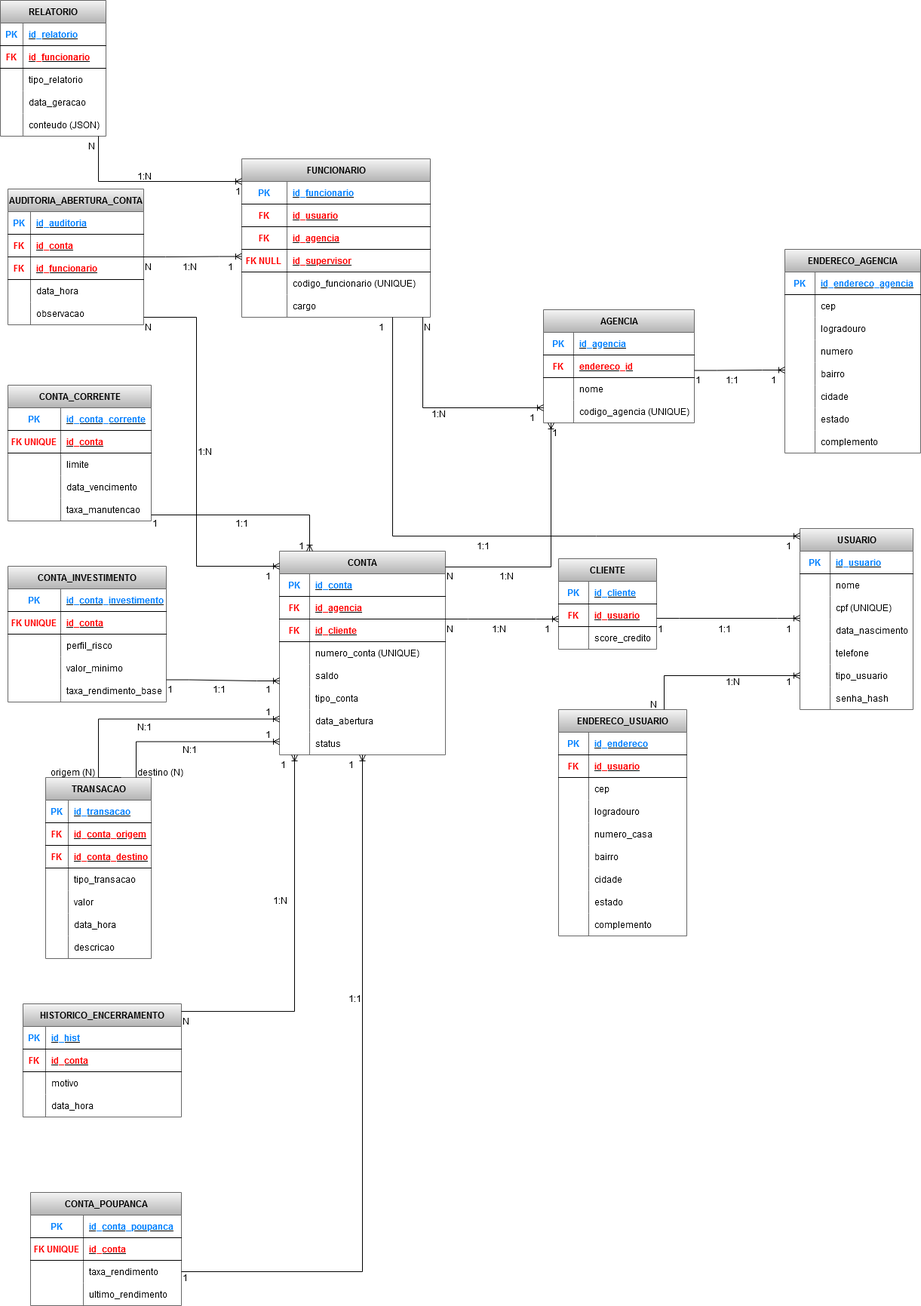
Juninho-x/Exercicio-POO-Payment.Java keeps this draw.io diagram as Diagrama ER MALVADER.drawio.png. Above is the earlier version. Source tidied: cells renumbered, new cells last; positions are measured from the earlier drawing's top-left corner, leaving out a move shared by most shapes.
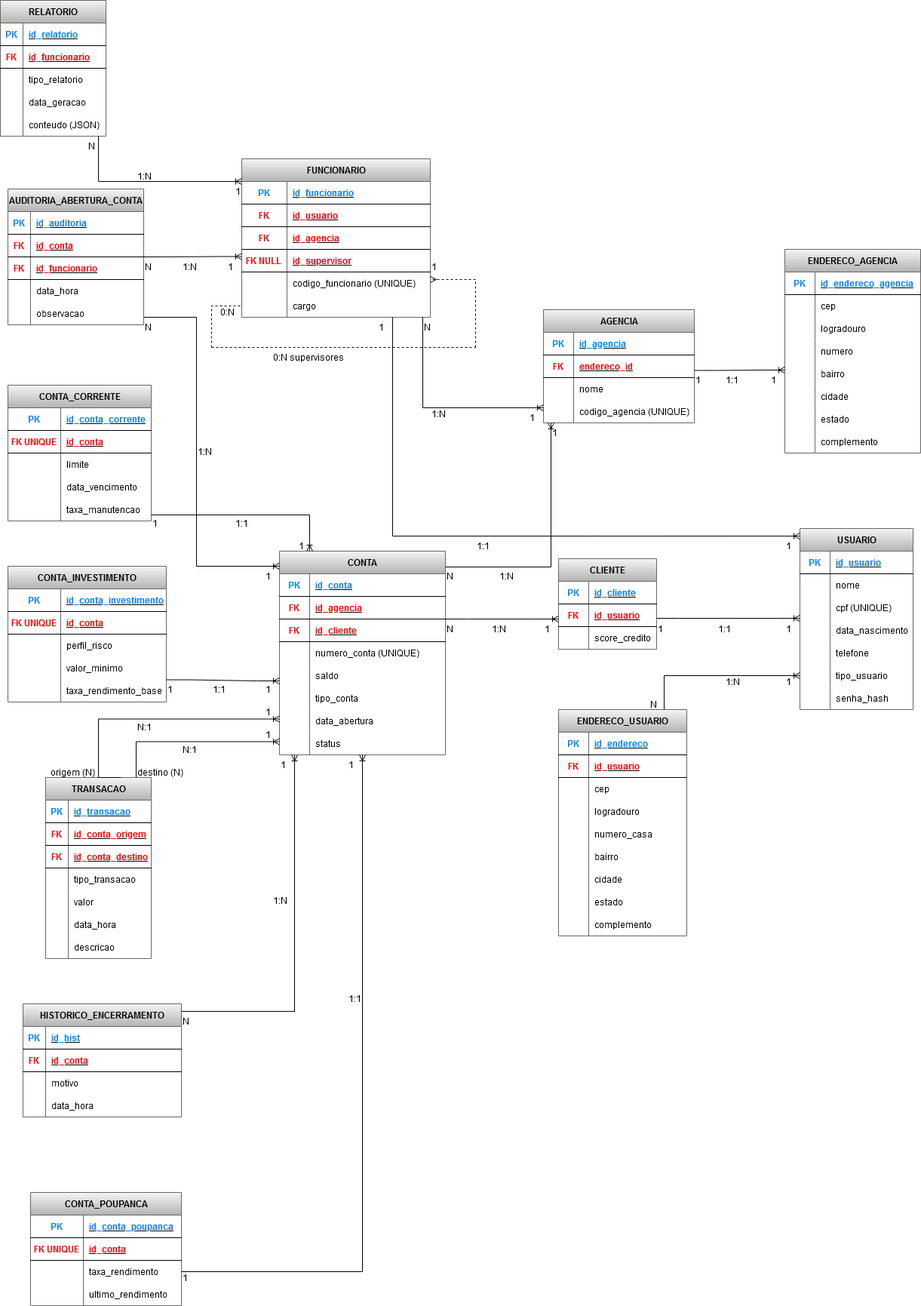
The same diagram one commit later.

The edit, as a diff of the source:
```diff
@@ -1010,12 +1010,51 @@
         </Array>
       </mxGeometry>
     </mxCell>
-    <mxCell id="319" style="edgeStyle=elbowEdgeStyle;fontSize=12;html=1;endArrow=ERoneToMany;rounded=0;entryX=1;entryY=0;entryDx=0;entryDy=0;exitX=0;exitY=0;exitDx=0;exitDy=0;entryPerimeter=0;" parent="1" edge="1" source="268" target="270">
+    <mxCell id="319" style="edgeStyle=elbowEdgeStyle;fontSize=12;html=1;endArrow=ERoneToMany;rounded=0;exitX=0;exitY=0;exitDx=0;exitDy=0;" parent="1" edge="1" source="268">
       <mxGeometry relative="1" as="geometry">
+        <mxPoint x="370" y="750" as="targetPoint" />
         <Array as="points">
           <mxPoint x="260" y="670" />
         </Array>
       </mxGeometry>
     </mxCell>
+    <mxCell id="320" style="endArrow=none;dashed=1;html=1;rounded=0;entryX=0;entryY=0.5;entryDx=0;entryDy=0;" parent="1" edge="1" target="130">
+      <mxGeometry relative="1" as="geometry">
+        <mxPoint x="280" y="460" as="sourcePoint" />
+        <Array as="points">
+          <mxPoint x="280" y="405" />
+        </Array>
+      </mxGeometry>
+    </mxCell>
+    <mxCell id="321" style="endArrow=none;dashed=1;html=1;rounded=0;" parent="1" edge="1">
+      <mxGeometry relative="1" as="geometry">
+        <mxPoint x="280" y="460" as="sourcePoint" />
+        <mxPoint x="630" y="460" as="targetPoint" />
+      </mxGeometry>
+    </mxCell>
+    <mxCell id="322" style="endArrow=none;dashed=1;html=1;rounded=0;" parent="1" edge="1">
+      <mxGeometry relative="1" as="geometry">
+        <mxPoint x="630" y="460" as="sourcePoint" />
+        <mxPoint x="630" y="370" as="targetPoint" />
+        <Array as="points">
+          <mxPoint x="630" y="425" />
+        </Array>
+      </mxGeometry>
+    </mxCell>
+    <mxCell id="323" style="endArrow=ERmany;dashed=1;html=1;rounded=0;endFill=0;" parent="1" edge="1">
+      <mxGeometry relative="1" as="geometry">
+        <mxPoint x="630" y="370" as="sourcePoint" />
+        <mxPoint x="570" y="370" as="targetPoint" />
+      </mxGeometry>
+    </mxCell>
+    <mxCell id="324" value="0:N" style="text;whiteSpace=wrap;html=1;" parent="1" vertex="1">
+      <mxGeometry x="290" y="400" width="20" height="30" as="geometry" />
+    </mxCell>
+    <mxCell id="325" value="0:N supervisores" style="text;whiteSpace=wrap;html=1;" parent="1" vertex="1">
+      <mxGeometry x="360" y="460" width="100" height="30" as="geometry" />
+    </mxCell>
+    <mxCell id="326" value="1" style="text;whiteSpace=wrap;html=1;" parent="1" vertex="1">
+      <mxGeometry x="570" y="340" width="20" height="30" as="geometry" />
+    </mxCell>
   </root>
 </mxGraphModel>
```
